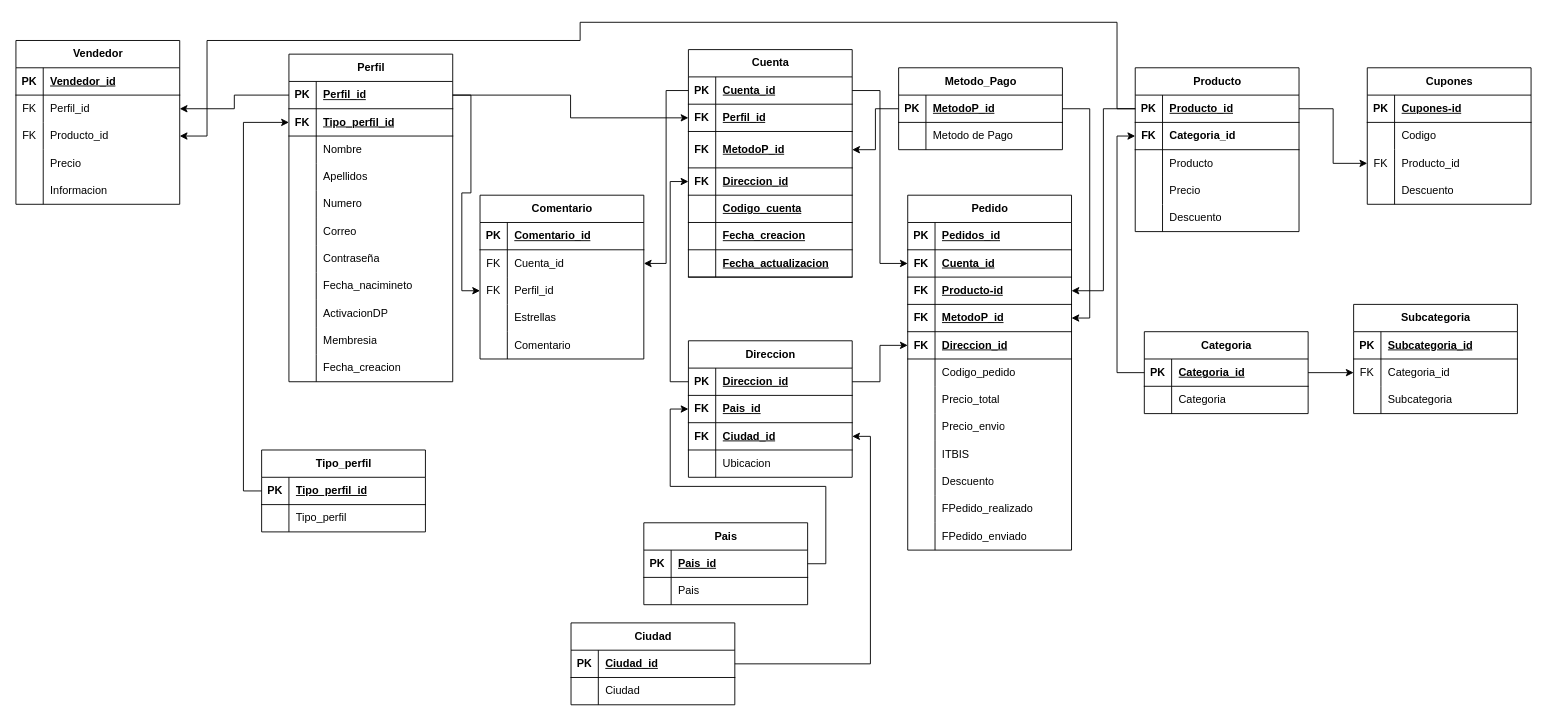
Earlier version of the draw.io diagram TIenda_Diagrama.drawio (Theking1660/Tienda_Web). Source tidied: cells renumbered, new cells numbered last; positions are measured from the earlier drawing's top-left corner, leaving out a move shared by most shapes. Both pictures are drawn from the tidied source at 91%, with x=0, y=0 at pixel (15, 22).
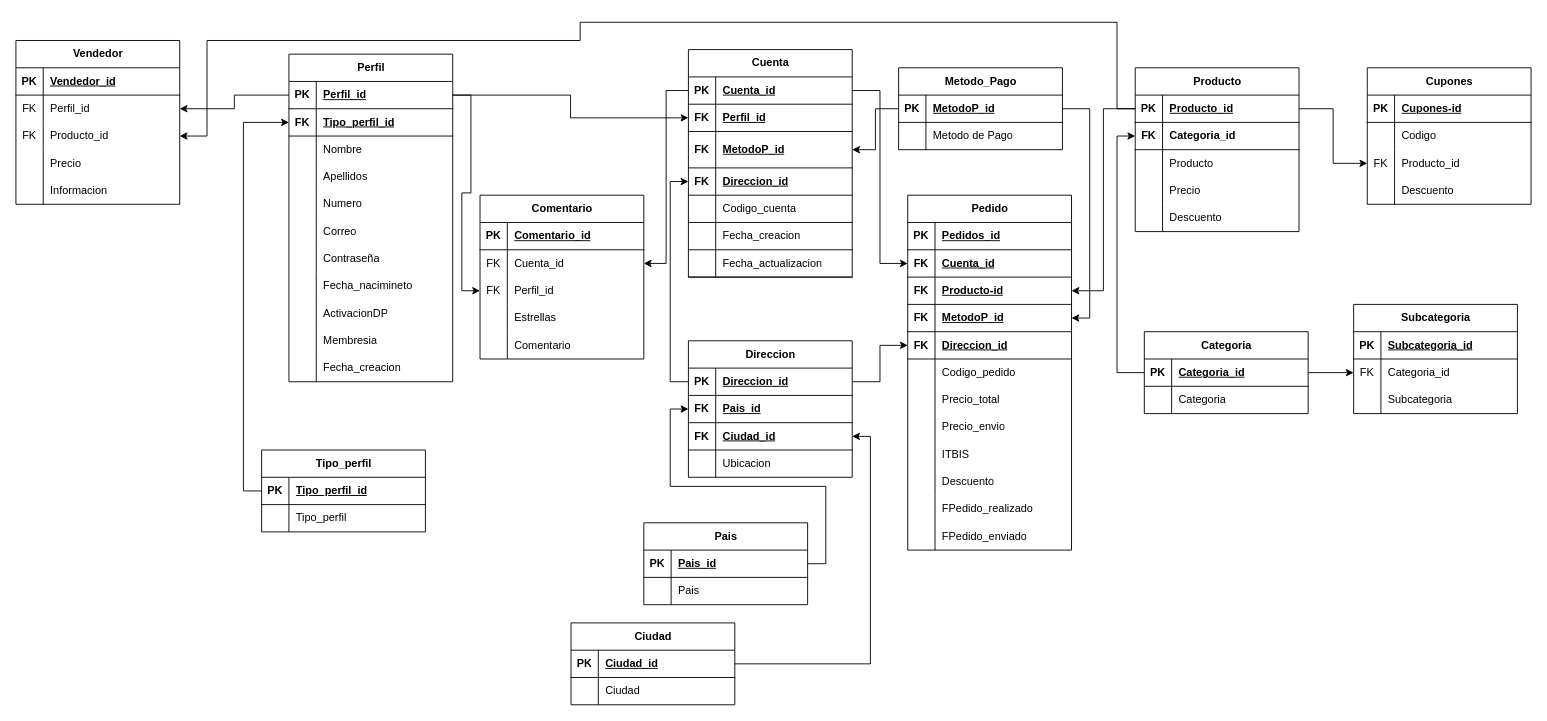
Above is the later version.

Unchanged cells that the change refers to:
```xml
<mxCell id="49" style="shape=tableRow;horizontal=0;startSize=0;swimlaneHead=0;swimlaneBody=0;fillColor=none;top=0;left=0;right=0;bottom=1;" parent="36" vertex="1">
  <mxGeometry y="160" width="180" height="30" as="geometry" />
</mxCell>
<mxCell id="52" style="shape=tableRow;horizontal=0;startSize=0;swimlaneHead=0;swimlaneBody=0;fillColor=none;top=0;left=0;right=0;bottom=1;" parent="36" vertex="1">
  <mxGeometry y="190" width="180" height="30" as="geometry" />
</mxCell>
<mxCell id="55" style="shape=tableRow;horizontal=0;startSize=0;swimlaneHead=0;swimlaneBody=0;fillColor=none;top=0;left=0;right=0;bottom=1;" parent="36" vertex="1">
  <mxGeometry y="220" width="180" height="30" as="geometry" />
</mxCell>
```

What changed in the source:
```diff
@@
-    <mxCell id="51" value="Codigo_cuenta" style="shape=partialRectangle;fillColor=none;top=0;left=0;bottom=0;right=0;align=left;spacingLeft=6;fontStyle=5;overflow=hidden;whiteSpace=wrap;html=1;" parent="49" vertex="1">
+    <mxCell id="51" value="Codigo_cuenta" style="shape=partialRectangle;fillColor=none;top=0;left=0;bottom=0;right=0;align=left;spacingLeft=6;fontStyle=0;overflow=hidden;whiteSpace=wrap;html=1;" parent="49" vertex="1">
       <mxGeometry x="30" width="150" height="30" as="geometry" />
     </mxCell>
@@
-    <mxCell id="54" value="Fecha_creacion" style="shape=partialRectangle;fillColor=none;top=0;left=0;bottom=0;right=0;align=left;spacingLeft=6;fontStyle=5;overflow=hidden;whiteSpace=wrap;html=1;" parent="52" vertex="1">
+    <mxCell id="54" value="Fecha_creacion" style="shape=partialRectangle;fillColor=none;top=0;left=0;bottom=0;right=0;align=left;spacingLeft=6;fontStyle=0;overflow=hidden;whiteSpace=wrap;html=1;" parent="52" vertex="1">
       <mxGeometry x="30" width="150" height="30" as="geometry" />
     </mxCell>
@@
-    <mxCell id="57" value="Fecha_actualizacion" style="shape=partialRectangle;fillColor=none;top=0;left=0;bottom=0;right=0;align=left;spacingLeft=6;fontStyle=5;overflow=hidden;whiteSpace=wrap;html=1;" parent="55" vertex="1">
+    <mxCell id="57" value="Fecha_actualizacion" style="shape=partialRectangle;fillColor=none;top=0;left=0;bottom=0;right=0;align=left;spacingLeft=6;fontStyle=0;overflow=hidden;whiteSpace=wrap;html=1;" parent="55" vertex="1">
       <mxGeometry x="30" width="150" height="30" as="geometry" />
     </mxCell>
```
